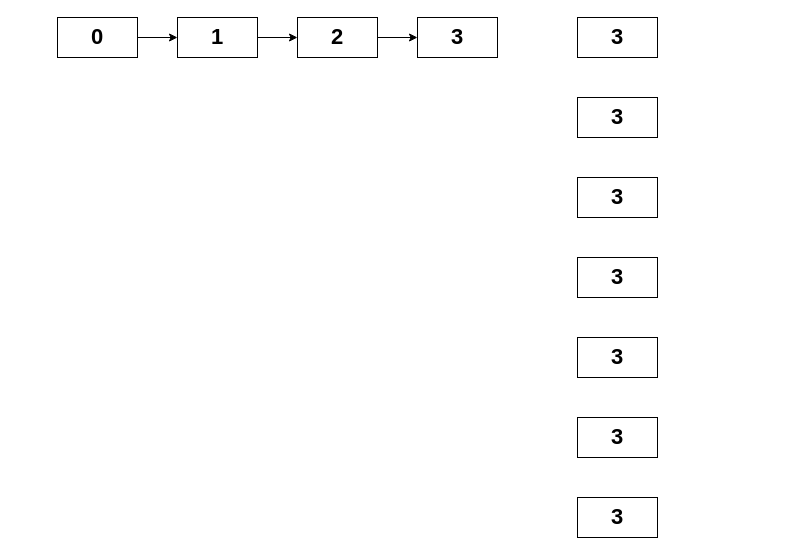
Earlier version of the draw.io diagram Wastip-App_core&paths.drawio (drubio-moba/diagramas). Source tidied: cells renumbered, new cells numbered last; positions are measured from the earlier drawing's top-left corner, leaving out a move shared by most shapes. Both pictures are drawn from the tidied source at 100%, with x=0, y=0 at pixel (57, 17).
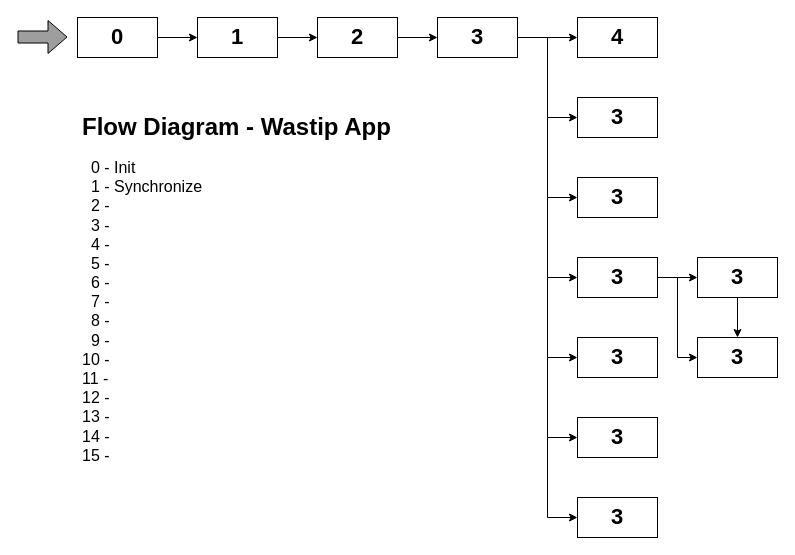
The same page after the edit.

The change refers to these unchanged cells:
```xml
<mxCell id="10" value="&lt;b&gt;&lt;font style=&quot;font-size: 22px&quot;&gt;3&lt;/font&gt;&lt;/b&gt;" style="rounded=0;whiteSpace=wrap;html=1;" parent="1" vertex="1">
  <mxGeometry x="520" y="80" width="80" height="40" as="geometry" />
</mxCell>
<mxCell id="11" value="&lt;b&gt;&lt;font style=&quot;font-size: 22px&quot;&gt;3&lt;/font&gt;&lt;/b&gt;" style="rounded=0;whiteSpace=wrap;html=1;" parent="1" vertex="1">
  <mxGeometry x="520" y="160" width="80" height="40" as="geometry" />
</mxCell>
<mxCell id="12" value="&lt;b&gt;&lt;font style=&quot;font-size: 22px&quot;&gt;3&lt;/font&gt;&lt;/b&gt;" style="rounded=0;whiteSpace=wrap;html=1;" parent="1" vertex="1">
  <mxGeometry x="520" y="240" width="80" height="40" as="geometry" />
</mxCell>
<mxCell id="13" value="&lt;b&gt;&lt;font style=&quot;font-size: 22px&quot;&gt;3&lt;/font&gt;&lt;/b&gt;" style="rounded=0;whiteSpace=wrap;html=1;" parent="1" vertex="1">
  <mxGeometry x="520" y="320" width="80" height="40" as="geometry" />
</mxCell>
<mxCell id="14" value="&lt;b&gt;&lt;font style=&quot;font-size: 22px&quot;&gt;3&lt;/font&gt;&lt;/b&gt;" style="rounded=0;whiteSpace=wrap;html=1;" parent="1" vertex="1">
  <mxGeometry x="520" y="400" width="80" height="40" as="geometry" />
</mxCell>
<mxCell id="15" value="&lt;b&gt;&lt;font style=&quot;font-size: 22px&quot;&gt;3&lt;/font&gt;&lt;/b&gt;" style="rounded=0;whiteSpace=wrap;html=1;" parent="1" vertex="1">
  <mxGeometry x="520" y="480" width="80" height="40" as="geometry" />
</mxCell>
```

Change to the diagram source:
```diff
@@
     <mxCell id="3" value="&lt;div&gt;&lt;b&gt;&lt;font style=&quot;font-size: 22px&quot;&gt;0&lt;/font&gt;&lt;/b&gt;&lt;br&gt;&lt;/div&gt;" style="rounded=0;whiteSpace=wrap;html=1;" parent="1" vertex="1">
-      <mxGeometry width="80" height="40" as="geometry" />
+      <mxGeometry x="20" width="80" height="40" as="geometry" />
     </mxCell>
@@
     <mxCell id="5" value="&lt;div&gt;&lt;b&gt;&lt;font style=&quot;font-size: 22px&quot;&gt;1&lt;/font&gt;&lt;/b&gt;&lt;br&gt;&lt;/div&gt;" style="rounded=0;whiteSpace=wrap;html=1;" parent="1" vertex="1">
-      <mxGeometry x="120" width="80" height="40" as="geometry" />
+      <mxGeometry x="140" width="80" height="40" as="geometry" />
     </mxCell>
@@
     <mxCell id="7" value="&lt;div&gt;&lt;b&gt;&lt;font style=&quot;font-size: 22px&quot;&gt;2&lt;/font&gt;&lt;/b&gt;&lt;/div&gt;" style="rounded=0;whiteSpace=wrap;html=1;" parent="1" vertex="1">
-      <mxGeometry x="240" width="80" height="40" as="geometry" />
+      <mxGeometry x="260" width="80" height="40" as="geometry" />
     </mxCell>
+    <mxCell id="16" style="edgeStyle=orthogonalEdgeStyle;rounded=0;jettySize=auto;html=1;labelBackgroundColor=#9E9E9E;fillColor=#9E9E9E;" parent="1" edge="1" source="8" target="9">
+      <mxGeometry relative="1" as="geometry">
+        <Array as="points">
+          <mxPoint x="490" y="20" />
+          <mxPoint x="490" y="20" />
+        </Array>
+      </mxGeometry>
+    </mxCell>
+    <mxCell id="17" style="edgeStyle=orthogonalEdgeStyle;rounded=0;jettySize=auto;html=1;entryX=0;entryY=0.5;entryDx=0;entryDy=0;labelBackgroundColor=#9E9E9E;fillColor=#9E9E9E;" parent="1" edge="1" source="8" target="10">
+      <mxGeometry relative="1" as="geometry">
+        <Array as="points">
+          <mxPoint x="490" y="20" />
+          <mxPoint x="490" y="100" />
+        </Array>
+      </mxGeometry>
+    </mxCell>
+    <mxCell id="18" style="edgeStyle=orthogonalEdgeStyle;rounded=0;jettySize=auto;html=1;entryX=0;entryY=0.5;entryDx=0;entryDy=0;labelBackgroundColor=#9E9E9E;fillColor=#9E9E9E;" parent="1" edge="1" source="8" target="11">
+      <mxGeometry relative="1" as="geometry">
+        <Array as="points">
+          <mxPoint x="490" y="20" />
+          <mxPoint x="490" y="180" />
+        </Array>
+      </mxGeometry>
+    </mxCell>
+    <mxCell id="19" style="edgeStyle=orthogonalEdgeStyle;rounded=0;jettySize=auto;html=1;entryX=0;entryY=0.5;entryDx=0;entryDy=0;labelBackgroundColor=#9E9E9E;fillColor=#9E9E9E;" parent="1" edge="1" source="8" target="12">
+      <mxGeometry relative="1" as="geometry">
+        <Array as="points">
+          <mxPoint x="490" y="20" />
+          <mxPoint x="490" y="260" />
+        </Array>
+      </mxGeometry>
+    </mxCell>
+    <mxCell id="20" style="edgeStyle=orthogonalEdgeStyle;rounded=0;jettySize=auto;html=1;entryX=0;entryY=0.5;entryDx=0;entryDy=0;labelBackgroundColor=#9E9E9E;fillColor=#9E9E9E;" parent="1" edge="1" source="8" target="13">
+      <mxGeometry relative="1" as="geometry">
+        <Array as="points">
+          <mxPoint x="490" y="20" />
+          <mxPoint x="490" y="340" />
+        </Array>
+      </mxGeometry>
+    </mxCell>
+    <mxCell id="21" style="edgeStyle=orthogonalEdgeStyle;rounded=0;jettySize=auto;html=1;entryX=0;entryY=0.5;entryDx=0;entryDy=0;labelBackgroundColor=#9E9E9E;fillColor=#9E9E9E;" parent="1" edge="1" source="8" target="14">
+      <mxGeometry relative="1" as="geometry">
+        <Array as="points">
+          <mxPoint x="490" y="20" />
+          <mxPoint x="490" y="420" />
+        </Array>
+      </mxGeometry>
+    </mxCell>
+    <mxCell id="22" style="edgeStyle=orthogonalEdgeStyle;rounded=0;jettySize=auto;html=1;entryX=0;entryY=0.5;entryDx=0;entryDy=0;labelBackgroundColor=#9E9E9E;fillColor=#9E9E9E;" parent="1" edge="1" source="8" target="15">
+      <mxGeometry relative="1" as="geometry">
+        <Array as="points">
+          <mxPoint x="490" y="20" />
+          <mxPoint x="490" y="500" />
+        </Array>
+      </mxGeometry>
+    </mxCell>
     <mxCell id="8" value="&lt;b&gt;&lt;font style=&quot;font-size: 22px&quot;&gt;3&lt;/font&gt;&lt;/b&gt;" style="rounded=0;whiteSpace=wrap;html=1;" parent="1" vertex="1">
-      <mxGeometry x="360" width="80" height="40" as="geometry" />
+      <mxGeometry x="380" width="80" height="40" as="geometry" />
     </mxCell>
-    <mxCell id="9" value="&lt;b&gt;&lt;font style=&quot;font-size: 22px&quot;&gt;3&lt;/font&gt;&lt;/b&gt;" style="rounded=0;whiteSpace=wrap;html=1;" parent="1" vertex="1">
+    <mxCell id="9" value="&lt;b&gt;&lt;font style=&quot;font-size: 22px&quot;&gt;4&lt;/font&gt;&lt;/b&gt;" style="rounded=0;whiteSpace=wrap;html=1;" parent="1" vertex="1">
       <mxGeometry x="520" width="80" height="40" as="geometry" />
     </mxCell>
@@
+    <mxCell id="23" style="edgeStyle=orthogonalEdgeStyle;rounded=0;jettySize=auto;html=1;labelBackgroundColor=#9E9E9E;fillColor=#9E9E9E;" parent="1" edge="1" source="12" target="29">
+      <mxGeometry relative="1" as="geometry" />
+    </mxCell>
+    <mxCell id="24" style="edgeStyle=orthogonalEdgeStyle;rounded=0;jettySize=auto;html=1;entryX=0;entryY=0.5;entryDx=0;entryDy=0;labelBackgroundColor=#9E9E9E;fillColor=#9E9E9E;" parent="1" edge="1" source="12" target="30">
+      <mxGeometry relative="1" as="geometry" />
+    </mxCell>
@@
+    <mxCell id="25" style="edgeStyle=orthogonalEdgeStyle;rounded=0;jettySize=auto;html=1;exitX=0;exitY=0.5;exitDx=0;exitDy=0;labelBackgroundColor=#9E9E9E;fillColor=#9E9E9E;" parent="1" edge="1" source="15">
+      <mxGeometry relative="1" as="geometry">
+        <mxPoint x="520" y="500" as="targetPoint" />
+      </mxGeometry>
+    </mxCell>
@@
+    <mxCell id="26" style="shape=flexArrow;endArrow=classic;html=1;labelBackgroundColor=#9E9E9E;fillColor=#9E9E9E;width=12;endSize=6;" parent="1" edge="1">
+      <mxGeometry relative="1" as="geometry">
+        <mxPoint x="-40" y="19.5" as="sourcePoint" />
+        <mxPoint x="10" y="19.5" as="targetPoint" />
+      </mxGeometry>
+    </mxCell>
+    <mxCell id="27" value="&lt;h1&gt;Flow Diagram - Wastip App&lt;br&gt;&lt;/h1&gt;&lt;p&gt;&lt;font style=&quot;font-size: 16px&quot;&gt;&amp;nbsp; 0 - Init&lt;br&gt;&amp;nbsp; 1 - Synchronize&lt;br&gt;&amp;nbsp; 2 - &lt;br&gt;&amp;nbsp; 3 -&lt;br&gt;&amp;nbsp; 4 -&lt;br&gt;&amp;nbsp; 5 - &lt;br&gt;&amp;nbsp; 6 -&lt;br&gt;&amp;nbsp; 7 -&lt;br&gt;&amp;nbsp; 8 -&lt;br&gt;&amp;nbsp; 9 -&lt;br&gt;10 - &lt;br&gt;11 - &lt;br&gt;12 -&lt;br&gt;13 - &lt;br&gt;14 -&lt;br&gt;15 - &lt;br&gt;&lt;/font&gt;&lt;/p&gt;" style="text;html=1;strokeColor=none;fillColor=none;spacing=5;spacingTop=-20;whiteSpace=wrap;overflow=hidden;rounded=0;" parent="1" vertex="1">
+      <mxGeometry x="20" y="90" width="360" height="420" as="geometry" />
+    </mxCell>
+    <mxCell id="28" style="edgeStyle=orthogonalEdgeStyle;rounded=0;jettySize=auto;html=1;labelBackgroundColor=#9E9E9E;fillColor=#9E9E9E;" parent="1" edge="1" source="29" target="30">
+      <mxGeometry relative="1" as="geometry" />
+    </mxCell>
+    <mxCell id="29" value="&lt;b&gt;&lt;font style=&quot;font-size: 22px&quot;&gt;3&lt;/font&gt;&lt;/b&gt;" style="rounded=0;whiteSpace=wrap;html=1;" parent="1" vertex="1">
+      <mxGeometry x="640" y="240" width="80" height="40" as="geometry" />
+    </mxCell>
+    <mxCell id="30" value="&lt;b&gt;&lt;font style=&quot;font-size: 22px&quot;&gt;3&lt;/font&gt;&lt;/b&gt;" style="rounded=0;whiteSpace=wrap;html=1;" parent="1" vertex="1">
+      <mxGeometry x="640" y="320" width="80" height="40" as="geometry" />
+    </mxCell>
```
